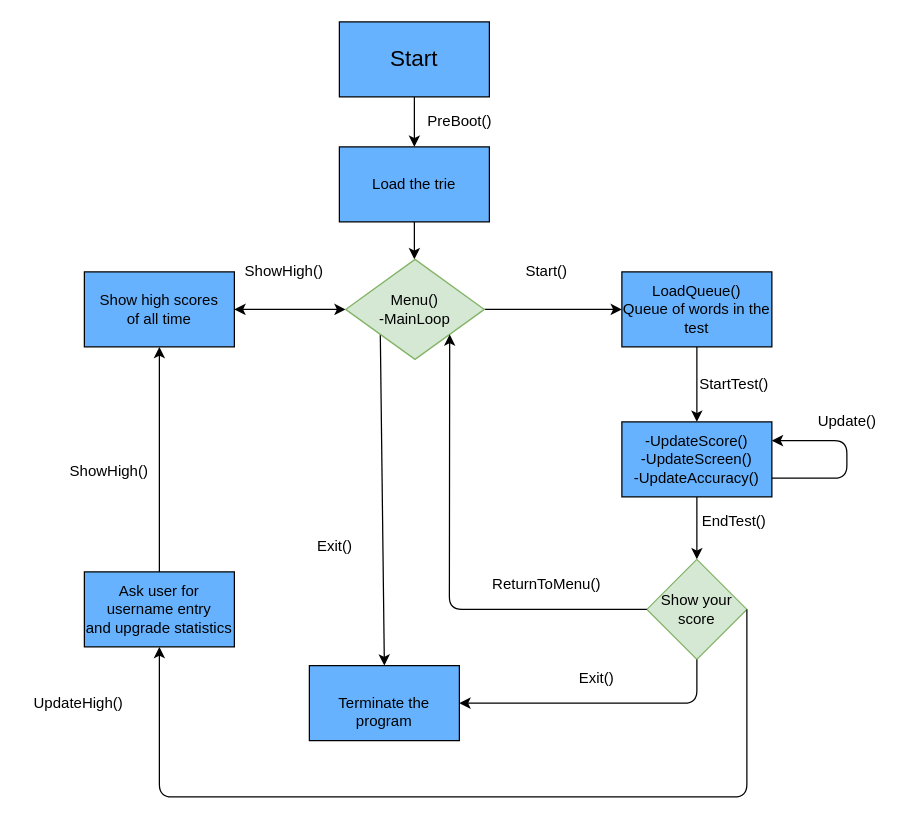
The draw.io diagram DataFlowDiagram.drawio in Sujith402/Secure-Programming-Typing-Test, before the edit. Source tidied: cells renumbered, new cells numbered last; positions are measured from the earlier drawing's top-left corner, leaving out a move shared by most shapes. Both pictures are drawn from the tidied source at 125%, with x=0, y=0 at pixel (21, 21).
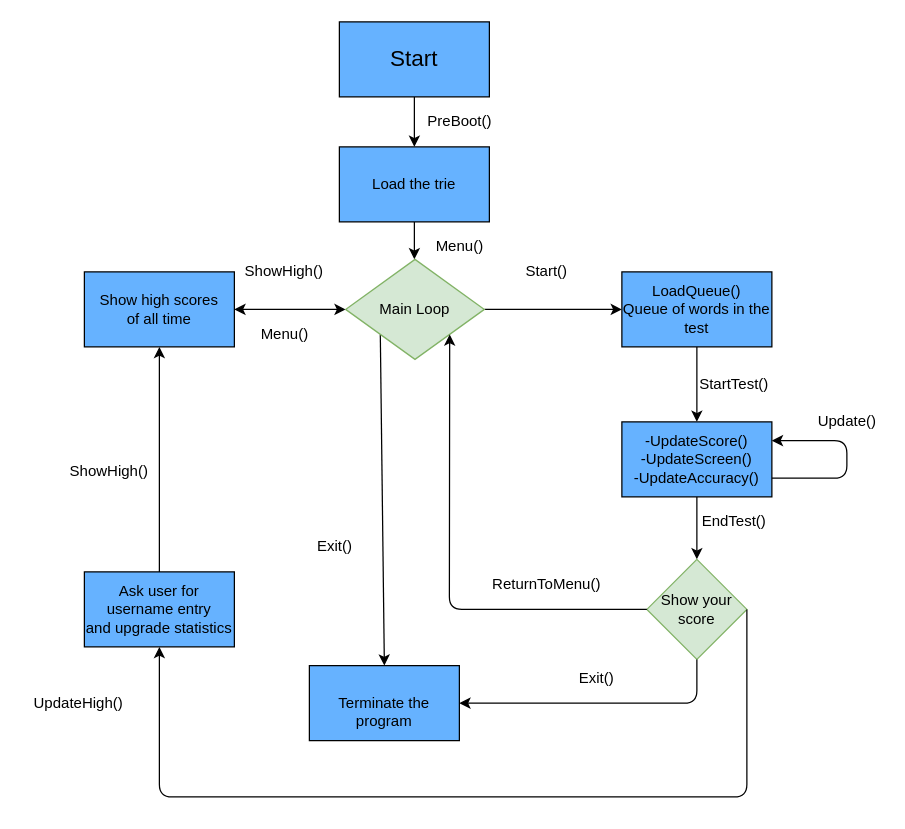
The same page after the edit.

What changed in the source:
```diff
@@
-    <mxCell id="19" value="&lt;span&gt;Menu()&lt;/span&gt;&lt;br&gt;&lt;span&gt;-MainLoop&lt;/span&gt;" style="rhombus;whiteSpace=wrap;html=1;fillColor=#d5e8d4;strokeColor=#82b366;" parent="1" vertex="1">
+    <mxCell id="19" value="&lt;span&gt;Main Loop&lt;/span&gt;" style="rhombus;whiteSpace=wrap;html=1;fillColor=#d5e8d4;strokeColor=#82b366;" parent="1" vertex="1">
       <mxGeometry x="259" y="190" width="111" height="80" as="geometry" />
     </mxCell>
@@
+    <mxCell id="35" value="&lt;span&gt;Menu()&lt;/span&gt;" style="text;html=1;align=center;verticalAlign=middle;" parent="1" vertex="1">
+      <mxGeometry x="185" y="240" width="50" height="20" as="geometry" />
+    </mxCell>
+    <mxCell id="36" value="&lt;span&gt;Menu()&lt;/span&gt;" style="text;html=1;align=center;verticalAlign=middle;" parent="1" vertex="1">
+      <mxGeometry x="325" y="170" width="50" height="20" as="geometry" />
+    </mxCell>
```
